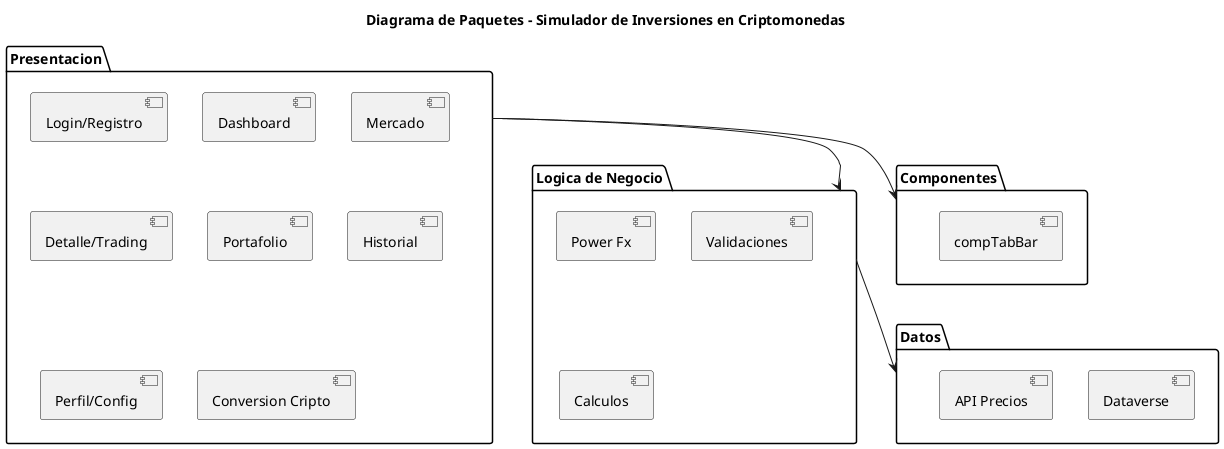
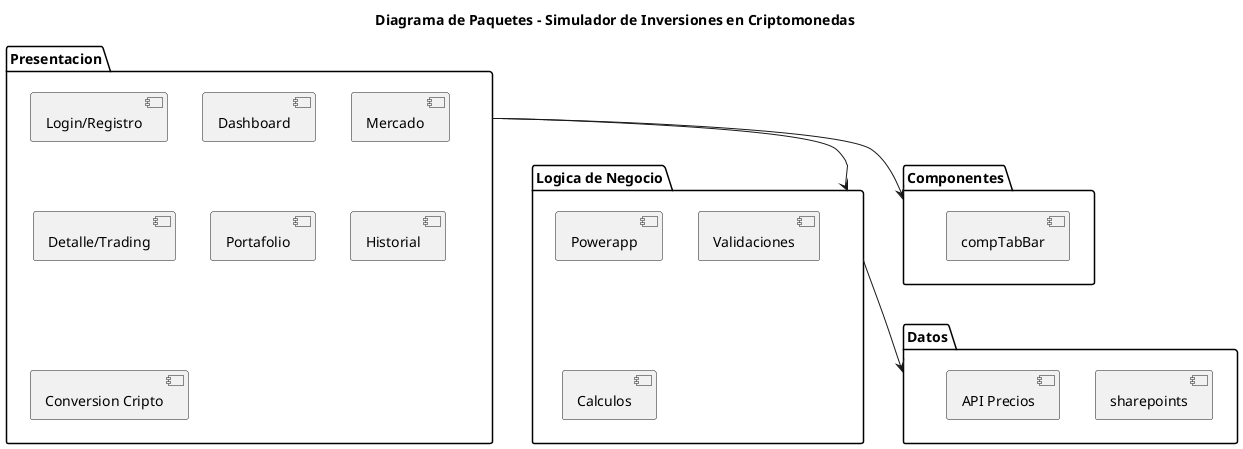
@startuml
title Diagrama de Paquetes - Simulador de Inversiones en Criptomonedas

package "Presentacion" {
  [Login/Registro]
  [Dashboard]
  [Mercado]
  [Detalle/Trading]
  [Portafolio]
  [Historial]
-   [Perfil/Config]
  [Conversion Cripto]
}

package "Logica de Negocio" {
-   [Power Fx]
+   [Powerapp]
  [Validaciones]
  [Calculos]
}

package "Datos" {
-   [Dataverse]
+   [sharepoints]
  [API Precios]
}

package "Componentes" {
  [compTabBar]
}

Presentacion --> "Logica de Negocio"
Presentacion --> Componentes
"Logica de Negocio" --> Datos

@enduml
